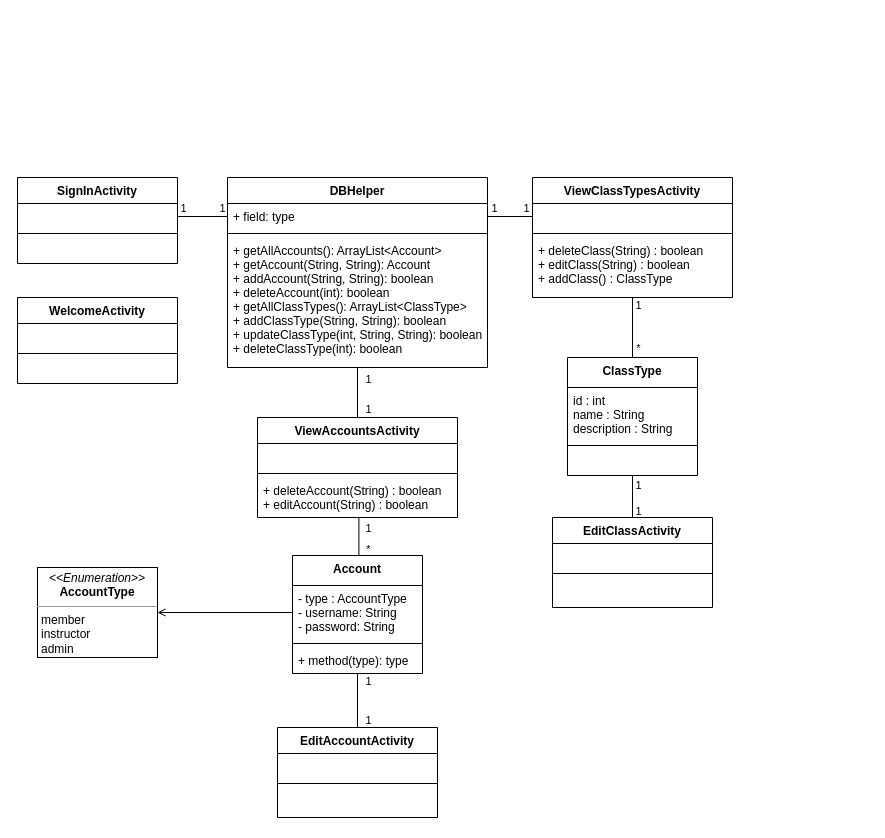
Earlier version of the draw.io diagram Documents/UML Class Diagram.drawio (AmyLDunn/Fitness_Center). Source tidied: cells renumbered, new cells numbered last; positions are measured from the earlier drawing's top-left corner, leaving out a move shared by most shapes. Both pictures are drawn from the tidied source at 100%, with x=0, y=0 at pixel (17, 177).
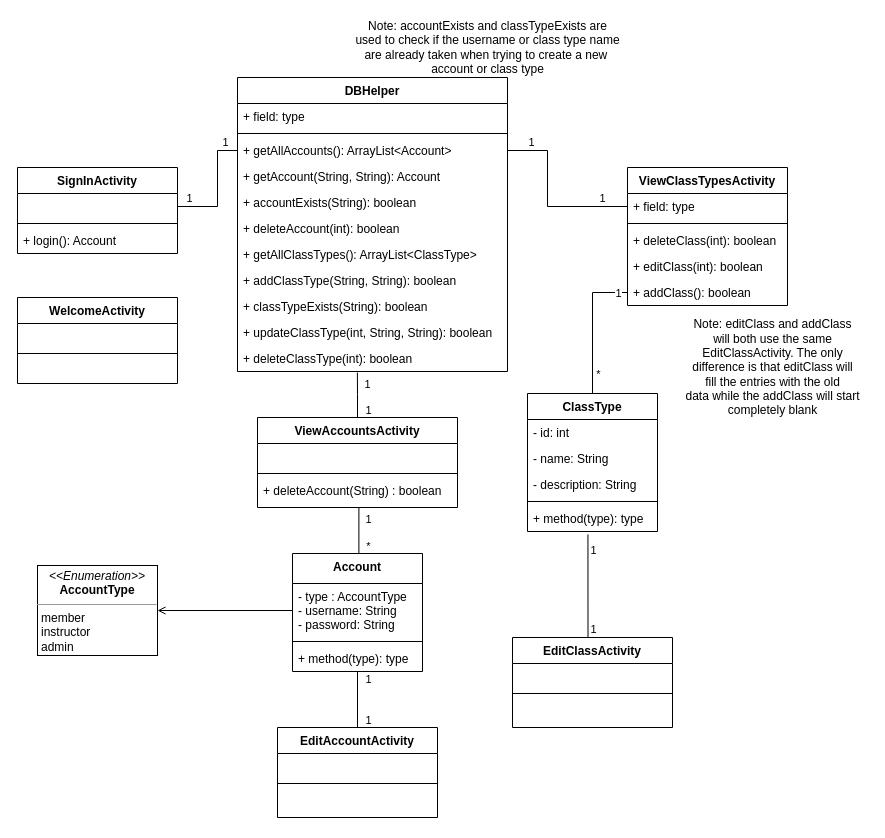
The same page after the edit.

Unchanged cells that the change refers to:
```xml
<mxCell id="19" value=" " style="text;strokeColor=none;fillColor=none;align=left;verticalAlign=top;spacingLeft=4;spacingRight=4;overflow=hidden;points=[[0,0.5],[1,0.5]];portConstraint=eastwest;" parent="18" vertex="1">
  <mxGeometry y="26" width="160" height="26" as="geometry" />
</mxCell>
```

The edit, as a diff of the source:
```diff
@@
-    <mxCell id="2" value="DBHelper" style="swimlane;fontStyle=1;align=center;verticalAlign=top;horizontal=1;startSize=26;" parent="1" vertex="1">
-      <mxGeometry x="210" width="260" height="190" as="geometry" />
-    </mxCell>
-    <mxCell id="3" value="+ field: type" style="text;strokeColor=none;fillColor=none;align=left;verticalAlign=top;spacingLeft=4;spacingRight=4;overflow=hidden;points=[[0,0.5],[1,0.5]];portConstraint=eastwest;" parent="2" vertex="1">
-      <mxGeometry y="26" width="260" height="26" as="geometry" />
-    </mxCell>
-    <mxCell id="4" style="line;strokeWidth=1;fillColor=none;align=left;verticalAlign=middle;spacingTop=-1;spacingLeft=3;spacingRight=3;labelPosition=right;" parent="2" vertex="1">
-      <mxGeometry y="52" width="260" height="8" as="geometry" />
-    </mxCell>
-    <mxCell id="5" value="+ getAllAccounts(): ArrayList&lt;Account&gt;&#10;+ getAccount(String, String): Account&#10;+ addAccount(String, String): boolean&#10;+ deleteAccount(int): boolean&#10;+ getAllClassTypes(): ArrayList&lt;ClassType&gt;&#10;+ addClassType(String, String): boolean&#10;+ updateClassType(int, String, String): boolean&#10;+ deleteClassType(int): boolean" style="text;strokeColor=none;fillColor=none;align=left;verticalAlign=top;spacingLeft=4;spacingRight=4;overflow=hidden;" parent="2" vertex="1">
-      <mxGeometry y="60" width="260" height="130" as="geometry" />
-    </mxCell>
     <mxCell id="6" style="edgeStyle=orthogonalEdgeStyle;rounded=0;jettySize=auto;html=1;exitX=0.5;exitY=0;exitDx=0;exitDy=0;entryX=0.507;entryY=0.995;entryDx=0;entryDy=0;entryPerimeter=0;endArrow=none;endFill=0;" parent="1" edge="1" source="12" target="32">
-      <mxGeometry relative="1" as="geometry" />
+      <mxGeometry relative="1" as="geometry">
+        <Array as="points">
+          <mxPoint x="341" y="376" />
+        </Array>
+      </mxGeometry>
     </mxCell>
@@
     <mxCell id="12" value="Account" style="swimlane;fontStyle=1;align=center;verticalAlign=top;horizontal=1;startSize=30;" parent="1" vertex="1">
-      <mxGeometry x="275" y="378" width="130" height="118" as="geometry" />
+      <mxGeometry x="275" y="376" width="130" height="118" as="geometry" />
     </mxCell>
@@
     <mxCell id="16" value="&lt;p style=&quot;margin: 0px ; margin-top: 4px ; text-align: center&quot;&gt;&lt;i&gt;&amp;lt;&amp;lt;Enumeration&amp;gt;&amp;gt;&lt;/i&gt;&lt;br&gt;&lt;b&gt;AccountType&lt;/b&gt;&lt;/p&gt;&lt;hr size=&quot;1&quot;&gt;&lt;p style=&quot;margin: 0px ; margin-left: 4px&quot;&gt;member&lt;/p&gt;&lt;p style=&quot;margin: 0px ; margin-left: 4px&quot;&gt;instructor&lt;/p&gt;&lt;p style=&quot;margin: 0px ; margin-left: 4px&quot;&gt;admin&lt;/p&gt;" style="verticalAlign=top;align=left;overflow=fill;fontSize=12;fontFamily=Helvetica;html=1;" parent="1" vertex="1">
-      <mxGeometry x="20" y="390" width="120" height="90" as="geometry" />
+      <mxGeometry x="20" y="388" width="120" height="90" as="geometry" />
     </mxCell>
@@
     <mxCell id="18" value="SignInActivity" style="swimlane;fontStyle=1;align=center;verticalAlign=top;horizontal=1;startSize=26;" parent="1" vertex="1">
-      <mxGeometry width="160" height="86" as="geometry" />
+      <mxGeometry y="-10" width="160" height="86" as="geometry" />
     </mxCell>
@@
-    <mxCell id="21" value=" " style="text;strokeColor=none;fillColor=none;align=left;verticalAlign=top;spacingLeft=4;spacingRight=4;overflow=hidden;" parent="18" vertex="1">
+    <mxCell id="21" value="+ login(): Account" style="text;strokeColor=none;fillColor=none;align=left;verticalAlign=top;spacingLeft=4;spacingRight=4;overflow=hidden;" parent="18" vertex="1">
       <mxGeometry y="60" width="160" height="26" as="geometry" />
     </mxCell>
@@
-    <mxCell id="26" style="edgeStyle=orthogonalEdgeStyle;rounded=0;jettySize=auto;html=1;exitX=0.5;exitY=0;exitDx=0;exitDy=0;endArrow=none;endFill=0;" parent="1" edge="1" source="29">
-      <mxGeometry relative="1" as="geometry">
-        <mxPoint x="340" y="190" as="targetPoint" />
-      </mxGeometry>
+    <mxCell id="26" style="edgeStyle=orthogonalEdgeStyle;rounded=0;jettySize=auto;html=1;exitX=0.5;exitY=0;exitDx=0;exitDy=0;endArrow=none;endFill=0;entryX=0.444;entryY=1.038;entryDx=0;entryDy=0;entryPerimeter=0;" parent="1" edge="1" source="29" target="71">
+      <mxGeometry relative="1" as="geometry" />
     </mxCell>
@@
     <mxCell id="29" value="ViewAccountsActivity" style="swimlane;fontStyle=1;align=center;verticalAlign=top;horizontal=1;startSize=26;" parent="1" vertex="1">
-      <mxGeometry x="240" y="240" width="200" height="100" as="geometry" />
+      <mxGeometry x="240" y="240" width="200" height="90" as="geometry" />
     </mxCell>
@@
-    <mxCell id="32" value="+ deleteAccount(String) : boolean &#10;+ editAccount(String) : boolean " style="text;strokeColor=none;fillColor=none;align=left;verticalAlign=top;spacingLeft=4;spacingRight=4;overflow=hidden;points=[[0,0.5],[1,0.5]];portConstraint=eastwest;spacingTop=0;spacingBottom=0;spacing=2;" parent="29" vertex="1">
-      <mxGeometry y="60" width="200" height="40" as="geometry" />
+    <mxCell id="32" value="+ deleteAccount(String) : boolean " style="text;strokeColor=none;fillColor=none;align=left;verticalAlign=top;spacingLeft=4;spacingRight=4;overflow=hidden;points=[[0,0.5],[1,0.5]];portConstraint=eastwest;spacingTop=0;spacingBottom=0;spacing=2;" parent="29" vertex="1">
+      <mxGeometry y="60" width="200" height="30" as="geometry" />
     </mxCell>
-    <mxCell id="33" value="ViewClassTypesActivity" style="swimlane;fontStyle=1;align=center;verticalAlign=top;horizontal=1;startSize=26;" parent="1" vertex="1">
-      <mxGeometry x="515" width="200" height="120" as="geometry" />
-    </mxCell>
-    <mxCell id="34" value=" " style="text;strokeColor=none;fillColor=none;align=left;verticalAlign=top;spacingLeft=4;spacingRight=4;overflow=hidden;points=[[0,0.5],[1,0.5]];portConstraint=eastwest;" parent="33" vertex="1">
-      <mxGeometry y="26" width="200" height="26" as="geometry" />
-    </mxCell>
-    <mxCell id="35" style="line;strokeWidth=1;fillColor=none;align=left;verticalAlign=middle;spacingTop=-1;spacingLeft=3;spacingRight=3;labelPosition=right;" parent="33" vertex="1">
-      <mxGeometry y="52" width="200" height="8" as="geometry" />
-    </mxCell>
-    <mxCell id="36" value="+ deleteClass(String) : boolean  &#10;+ editClass(String) : boolean  &#10;+ addClass() : ClassType " style="text;strokeColor=none;fillColor=none;align=left;verticalAlign=top;spacingLeft=4;spacingRight=4;overflow=hidden;points=[[0,0.5],[1,0.5]];portConstraint=eastwest;spacingTop=0;spacingBottom=0;spacing=2;" parent="33" vertex="1">
-      <mxGeometry y="60" width="200" height="60" as="geometry" />
-    </mxCell>
-    <mxCell id="37" style="edgeStyle=orthogonalEdgeStyle;rounded=0;jettySize=auto;html=1;exitX=0.5;exitY=0;exitDx=0;exitDy=0;entryX=0.5;entryY=1.004;entryDx=0;entryDy=0;entryPerimeter=0;endArrow=none;endFill=0;" parent="1" edge="1" source="40" target="36">
+    <mxCell id="37" style="edgeStyle=orthogonalEdgeStyle;rounded=0;jettySize=auto;html=1;exitX=0.5;exitY=0;exitDx=0;exitDy=0;endArrow=none;endFill=0;" parent="1" edge="1" source="40" target="76">
       <mxGeometry relative="1" as="geometry" />
     </mxCell>
@@
-    <mxCell id="40" value="ClassType" style="swimlane;fontStyle=1;align=center;verticalAlign=top;horizontal=1;startSize=30;" parent="1" vertex="1">
-      <mxGeometry x="550" y="180" width="130" height="118" as="geometry" />
-    </mxCell>
-    <mxCell id="41" value="id : int&#10;name : String&#10;description : String" style="text;strokeColor=none;fillColor=none;align=left;verticalAlign=top;spacingLeft=4;spacingRight=4;overflow=hidden;" parent="40" vertex="1">
-      <mxGeometry y="30" width="130" height="54" as="geometry" />
-    </mxCell>
-    <mxCell id="42" style="line;strokeWidth=1;fillColor=none;align=left;verticalAlign=middle;spacingTop=-1;spacingLeft=3;spacingRight=3;labelPosition=right;" parent="40" vertex="1">
-      <mxGeometry y="84" width="130" height="8" as="geometry" />
-    </mxCell>
-    <mxCell id="43" value=" " style="text;strokeColor=none;fillColor=none;align=left;verticalAlign=top;spacingLeft=4;spacingRight=4;overflow=hidden;" parent="40" vertex="1">
-      <mxGeometry y="92" width="130" height="26" as="geometry" />
-    </mxCell>
-    <mxCell id="44" style="edgeStyle=orthogonalEdgeStyle;rounded=0;jettySize=auto;html=1;exitX=0.5;exitY=0;exitDx=0;exitDy=0;entryX=0.5;entryY=1;entryDx=0;entryDy=0;endArrow=none;endFill=0;" parent="1" edge="1" source="47" target="40">
-      <mxGeometry relative="1" as="geometry" />
+    <mxCell id="44" style="edgeStyle=orthogonalEdgeStyle;rounded=0;jettySize=auto;html=1;exitX=0.5;exitY=0;exitDx=0;exitDy=0;endArrow=none;endFill=0;entryX=0.465;entryY=1.115;entryDx=0;entryDy=0;entryPerimeter=0;" parent="1" edge="1" source="47" target="82">
+      <mxGeometry relative="1" as="geometry">
+        <Array as="points">
+          <mxPoint x="571" y="460" />
+        </Array>
+      </mxGeometry>
     </mxCell>
@@
     <mxCell id="47" value="EditClassActivity" style="swimlane;fontStyle=1;align=center;verticalAlign=top;horizontal=1;startSize=26;" parent="1" vertex="1">
-      <mxGeometry x="535" y="340" width="160" height="90" as="geometry" />
+      <mxGeometry x="495" y="460" width="160" height="90" as="geometry" />
     </mxCell>
@@
-    <mxCell id="55" style="edgeStyle=orthogonalEdgeStyle;rounded=0;jettySize=auto;html=1;entryX=1;entryY=0.5;entryDx=0;entryDy=0;endArrow=none;endFill=0;exitX=0;exitY=0.5;exitDx=0;exitDy=0;" parent="1" edge="1" source="3" target="19">
-      <mxGeometry relative="1" as="geometry" />
+    <mxCell id="55" style="edgeStyle=orthogonalEdgeStyle;rounded=0;jettySize=auto;html=1;entryX=1;entryY=0.5;entryDx=0;entryDy=0;endArrow=none;endFill=0;exitX=0;exitY=0.5;exitDx=0;exitDy=0;" parent="1" edge="1" source="63" target="19">
+      <mxGeometry relative="1" as="geometry">
+        <Array as="points">
+          <mxPoint x="200" y="-27" />
+          <mxPoint x="200" y="29" />
+        </Array>
+      </mxGeometry>
     </mxCell>
@@
-    <mxCell id="58" style="edgeStyle=orthogonalEdgeStyle;rounded=0;jettySize=auto;html=1;exitX=1;exitY=0.5;exitDx=0;exitDy=0;entryX=0;entryY=0.5;entryDx=0;entryDy=0;endArrow=none;endFill=0;" parent="1" edge="1" source="3" target="34">
-      <mxGeometry relative="1" as="geometry" />
+    <mxCell id="58" style="edgeStyle=orthogonalEdgeStyle;rounded=0;jettySize=auto;html=1;entryX=0;entryY=0.5;entryDx=0;entryDy=0;endArrow=none;endFill=0;exitX=1;exitY=0.5;exitDx=0;exitDy=0;" parent="1" edge="1" source="63" target="72">
+      <mxGeometry relative="1" as="geometry">
+        <Array as="points">
+          <mxPoint x="530" y="-27" />
+          <mxPoint x="530" y="29" />
+        </Array>
+      </mxGeometry>
     </mxCell>
@@
+    <mxCell id="2" value="DBHelper" style="swimlane;fontStyle=1;align=center;verticalAlign=top;horizontal=1;startSize=26;" parent="1" vertex="1">
+      <mxGeometry x="220" y="-100" width="270" height="294" as="geometry" />
+    </mxCell>
+    <mxCell id="61" value="+ field: type" style="text;strokeColor=none;fillColor=none;align=left;verticalAlign=top;spacingLeft=4;spacingRight=4;overflow=hidden;" parent="2" vertex="1">
+      <mxGeometry y="26" width="270" height="26" as="geometry" />
+    </mxCell>
+    <mxCell id="62" style="line;strokeWidth=1;fillColor=none;align=left;verticalAlign=middle;spacingTop=-1;spacingLeft=3;spacingRight=3;labelPosition=right;" parent="2" vertex="1">
+      <mxGeometry y="52" width="270" height="8" as="geometry" />
+    </mxCell>
+    <mxCell id="63" value="+ getAllAccounts(): ArrayList&lt;Account&gt;" style="text;strokeColor=none;fillColor=none;align=left;verticalAlign=top;spacingLeft=4;spacingRight=4;overflow=hidden;points=[[0,0.5],[1,0.5]];portConstraint=eastwest;" parent="2" vertex="1">
+      <mxGeometry y="60" width="270" height="26" as="geometry" />
+    </mxCell>
+    <mxCell id="64" value="+ getAccount(String, String): Account" style="text;strokeColor=none;fillColor=none;align=left;verticalAlign=top;spacingLeft=4;spacingRight=4;overflow=hidden;" parent="2" vertex="1">
+      <mxGeometry y="86" width="270" height="26" as="geometry" />
+    </mxCell>
+    <mxCell id="65" value="+ accountExists(String): boolean" style="text;strokeColor=none;fillColor=none;align=left;verticalAlign=top;spacingLeft=4;spacingRight=4;overflow=hidden;" parent="2" vertex="1">
+      <mxGeometry y="112" width="270" height="26" as="geometry" />
+    </mxCell>
+    <mxCell id="66" value="+ deleteAccount(int): boolean" style="text;strokeColor=none;fillColor=none;align=left;verticalAlign=top;spacingLeft=4;spacingRight=4;overflow=hidden;" parent="2" vertex="1">
+      <mxGeometry y="138" width="270" height="26" as="geometry" />
+    </mxCell>
+    <mxCell id="67" value="+ getAllClassTypes(): ArrayList&lt;ClassType&gt;" style="text;strokeColor=none;fillColor=none;align=left;verticalAlign=top;spacingLeft=4;spacingRight=4;overflow=hidden;" parent="2" vertex="1">
+      <mxGeometry y="164" width="270" height="26" as="geometry" />
+    </mxCell>
+    <mxCell id="68" value="+ addClassType(String, String): boolean" style="text;strokeColor=none;fillColor=none;align=left;verticalAlign=top;spacingLeft=4;spacingRight=4;overflow=hidden;" parent="2" vertex="1">
+      <mxGeometry y="190" width="270" height="26" as="geometry" />
+    </mxCell>
+    <mxCell id="69" value="+ classTypeExists(String): boolean" style="text;strokeColor=none;fillColor=none;align=left;verticalAlign=top;spacingLeft=4;spacingRight=4;overflow=hidden;" parent="2" vertex="1">
+      <mxGeometry y="216" width="270" height="26" as="geometry" />
+    </mxCell>
+    <mxCell id="70" value="+ updateClassType(int, String, String): boolean" style="text;strokeColor=none;fillColor=none;align=left;verticalAlign=top;spacingLeft=4;spacingRight=4;overflow=hidden;" parent="2" vertex="1">
+      <mxGeometry y="242" width="270" height="26" as="geometry" />
+    </mxCell>
+    <mxCell id="71" value="+ deleteClassType(int): boolean" style="text;strokeColor=none;fillColor=none;align=left;verticalAlign=top;spacingLeft=4;spacingRight=4;overflow=hidden;points=[[0,0.5],[1,0.5]];portConstraint=eastwest;" parent="2" vertex="1">
+      <mxGeometry y="268" width="270" height="26" as="geometry" />
+    </mxCell>
+    <mxCell id="33" value="ViewClassTypesActivity" style="swimlane;fontStyle=1;align=center;verticalAlign=top;horizontal=1;startSize=26;" parent="1" vertex="1">
+      <mxGeometry x="610" y="-10" width="160" height="138" as="geometry" />
+    </mxCell>
+    <mxCell id="72" value="+ field: type" style="text;strokeColor=none;fillColor=none;align=left;verticalAlign=top;spacingLeft=4;spacingRight=4;overflow=hidden;points=[[0,0.5],[1,0.5]];portConstraint=eastwest;" parent="33" vertex="1">
+      <mxGeometry y="26" width="160" height="26" as="geometry" />
+    </mxCell>
+    <mxCell id="73" style="line;strokeWidth=1;fillColor=none;align=left;verticalAlign=middle;spacingTop=-1;spacingLeft=3;spacingRight=3;labelPosition=right;" parent="33" vertex="1">
+      <mxGeometry y="52" width="160" height="8" as="geometry" />
+    </mxCell>
+    <mxCell id="74" value="+ deleteClass(int): boolean" style="text;strokeColor=none;fillColor=none;align=left;verticalAlign=top;spacingLeft=4;spacingRight=4;overflow=hidden;" parent="33" vertex="1">
+      <mxGeometry y="60" width="160" height="26" as="geometry" />
+    </mxCell>
+    <mxCell id="75" value="+ editClass(int): boolean" style="text;strokeColor=none;fillColor=none;align=left;verticalAlign=top;spacingLeft=4;spacingRight=4;overflow=hidden;" parent="33" vertex="1">
+      <mxGeometry y="86" width="160" height="26" as="geometry" />
+    </mxCell>
+    <mxCell id="76" value="+ addClass(): boolean" style="text;strokeColor=none;fillColor=none;align=left;verticalAlign=top;spacingLeft=4;spacingRight=4;overflow=hidden;points=[[0,0.5],[1,0.5]];portConstraint=eastwest;" parent="33" vertex="1">
+      <mxGeometry y="112" width="160" height="26" as="geometry" />
+    </mxCell>
+    <mxCell id="77" value="Note: editClass and addClass&lt;br&gt;will both use the same&lt;br&gt;EditClassActivity. The only&lt;br&gt;difference is that editClass will&lt;br&gt;fill the entries with the old&lt;br&gt;data while the addClass will start&lt;br&gt;completely blank" style="text;html=1;align=center;verticalAlign=middle;strokeColor=none;fillColor=none;" parent="1" vertex="1">
+      <mxGeometry x="660" y="140" width="190" height="100" as="geometry" />
+    </mxCell>
+    <mxCell id="40" value="ClassType" style="swimlane;fontStyle=1;align=center;verticalAlign=top;horizontal=1;startSize=26;" parent="1" vertex="1">
+      <mxGeometry x="510" y="216" width="130" height="138" as="geometry" />
+    </mxCell>
+    <mxCell id="78" value="- id: int" style="text;strokeColor=none;fillColor=none;align=left;verticalAlign=top;spacingLeft=4;spacingRight=4;overflow=hidden;" parent="40" vertex="1">
+      <mxGeometry y="26" width="130" height="26" as="geometry" />
+    </mxCell>
+    <mxCell id="79" value="- name: String" style="text;strokeColor=none;fillColor=none;align=left;verticalAlign=top;spacingLeft=4;spacingRight=4;overflow=hidden;" parent="40" vertex="1">
+      <mxGeometry y="52" width="130" height="26" as="geometry" />
+    </mxCell>
+    <mxCell id="80" value="- description: String" style="text;strokeColor=none;fillColor=none;align=left;verticalAlign=top;spacingLeft=4;spacingRight=4;overflow=hidden;" parent="40" vertex="1">
+      <mxGeometry y="78" width="130" height="26" as="geometry" />
+    </mxCell>
+    <mxCell id="81" style="line;strokeWidth=1;fillColor=none;align=left;verticalAlign=middle;spacingTop=-1;spacingLeft=3;spacingRight=3;labelPosition=right;" parent="40" vertex="1">
+      <mxGeometry y="104" width="130" height="8" as="geometry" />
+    </mxCell>
+    <mxCell id="82" value="+ method(type): type" style="text;strokeColor=none;fillColor=none;align=left;verticalAlign=top;spacingLeft=4;spacingRight=4;overflow=hidden;points=[[0,0.5],[1,0.5]];portConstraint=eastwest;" parent="40" vertex="1">
+      <mxGeometry y="112" width="130" height="26" as="geometry" />
+    </mxCell>
+    <mxCell id="83" value="Note: accountExists and classTypeExists are&lt;br&gt;used to check if the username or class type name&lt;br&gt;are already taken when trying to create a new&amp;nbsp;&lt;br&gt;account or class type" style="text;html=1;align=center;verticalAlign=middle;strokeColor=none;fillColor=none;" parent="1" vertex="1">
+      <mxGeometry x="330" y="-160" width="280" height="60" as="geometry" />
+    </mxCell>
```
